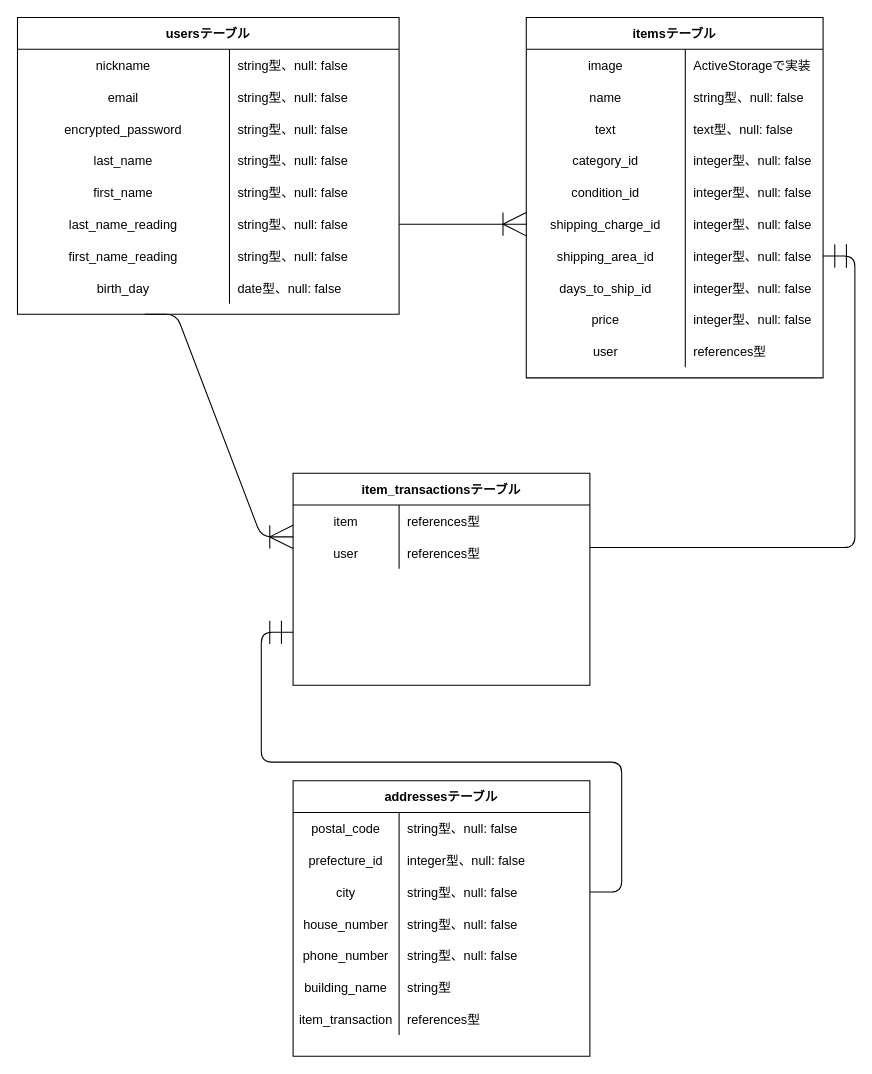
Trynet123/furima-33963 keeps this draw.io diagram as er.dio. Above is the earlier version. Source tidied: cells renumbered, new cells numbered last; positions are measured from the earlier drawing's top-left corner, leaving out a move shared by most shapes. Both pictures are drawn from the tidied source at 106%, with x=0, y=0 at pixel (17, 17).
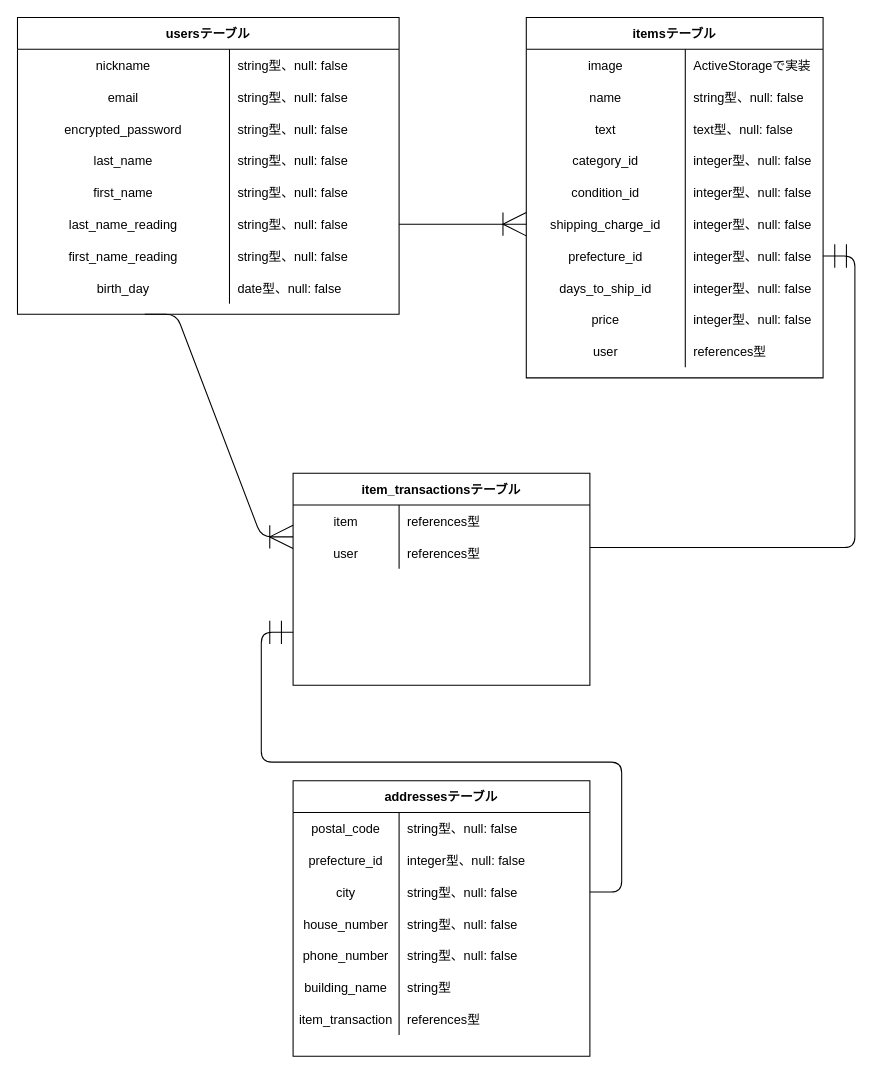
The same diagram, later.

The change refers to these unchanged cells:
```xml
<mxCell id="46" style="shape=partialRectangle;fillColor=none;top=0;left=0;bottom=0;right=0;points=[[0,0.5],[1,0.5]];portConstraint=eastwest;" parent="27" vertex="1">
  <mxGeometry y="210" width="280" height="30" as="geometry" />
</mxCell>
```

Change to the diagram source:
```diff
@@
-    <mxCell id="47" value="shipping_area_id" style="shape=partialRectangle;fillColor=none;top=0;left=0;bottom=0;right=0;overflow=hidden;" parent="46" vertex="1">
+    <mxCell id="47" value="prefecture_id" style="shape=partialRectangle;fillColor=none;top=0;left=0;bottom=0;right=0;overflow=hidden;" parent="46" vertex="1">
       <mxGeometry width="150" height="30" as="geometry" />
     </mxCell>
```
